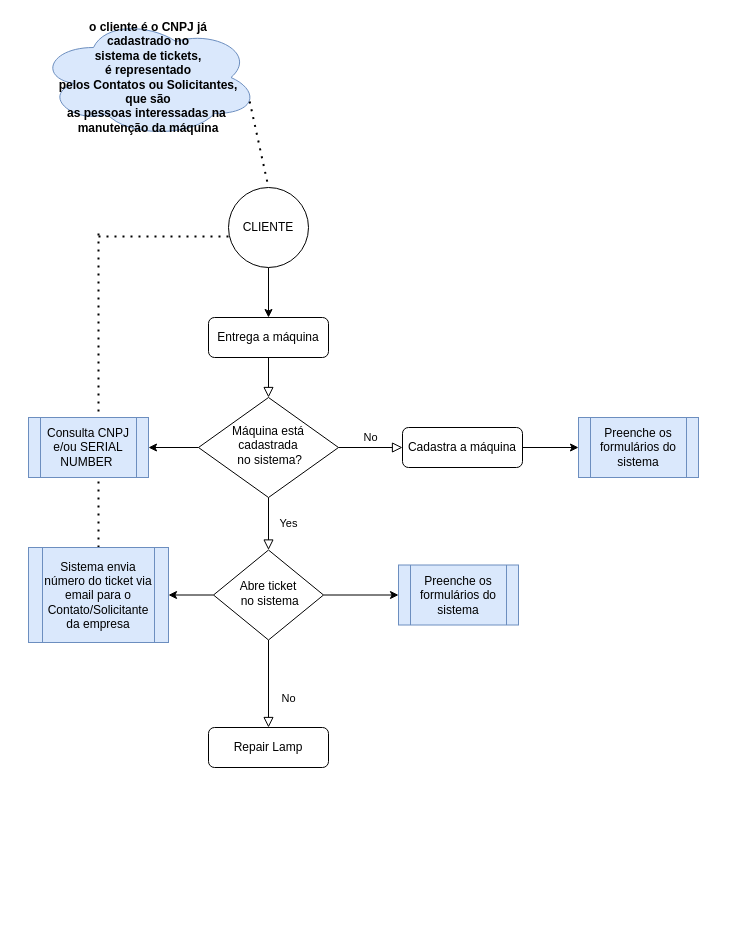
This is page "Visão Geral" (1 of 2) of Antedimento genérico.drawio from santiagopironato/PowerBI-DataScience, a draw.io file, before an edit. Source tidied: cells renumbered, new cells numbered last; positions are measured from the earlier drawing's top-left corner, leaving out a move shared by most shapes. Both pictures are drawn from the tidied source at 100%, with x=0, y=0 at pixel (28, 17).
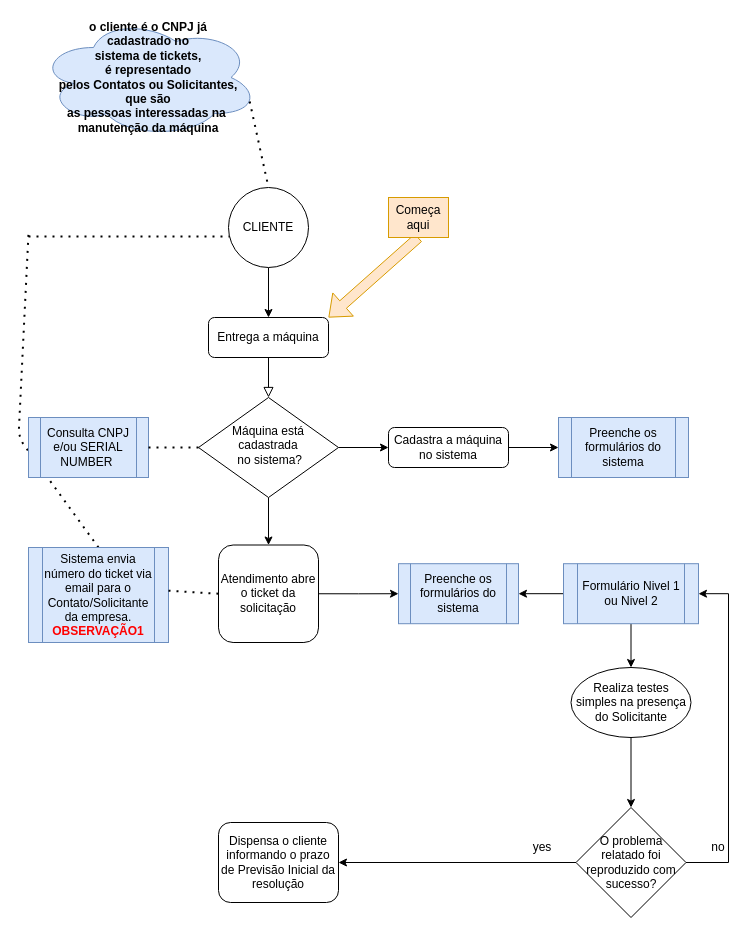
The same diagram, later.

The change refers to these unchanged cells:
```xml
<mxCell id="4" value="Entrega a máquina" style="rounded=1;whiteSpace=wrap;html=1;fontSize=12;glass=0;strokeWidth=1;shadow=0;" parent="1" vertex="1">
  <mxGeometry x="180" y="300" width="120" height="40" as="geometry" />
</mxCell>
<mxCell id="8" value="Máquina está cadastrada&lt;br&gt;&amp;nbsp;no sistema?" style="rhombus;whiteSpace=wrap;html=1;shadow=0;fontFamily=Helvetica;fontSize=12;align=center;strokeWidth=1;spacing=6;spacingTop=-4;" parent="1" vertex="1">
  <mxGeometry x="170" y="380" width="140" height="100" as="geometry" />
</mxCell>
<mxCell id="17" value="CLIENTE" style="ellipse;whiteSpace=wrap;html=1;" parent="1" vertex="1">
  <mxGeometry x="200" y="170" width="80" height="80" as="geometry" />
</mxCell>
<mxCell id="18" value="Consulta CNPJ e/ou SERIAL NUMBER&amp;nbsp;" style="shape=process;whiteSpace=wrap;html=1;backgroundOutline=1;fillColor=#dae8fc;strokeColor=#6c8ebf;" parent="1" vertex="1">
  <mxGeometry y="400" width="120" height="60" as="geometry" />
</mxCell>
```

Diff of the diagram source:
```diff
@@
     <mxCell id="2" style="endArrow=none;dashed=1;html=1;dashPattern=1 3;strokeWidth=2;exitX=0.5;exitY=0;exitDx=0;exitDy=0;" parent="1" edge="1" source="21">
       <mxGeometry relative="1" as="geometry">
-        <mxPoint x="70" y="216" as="targetPoint" />
+        <mxPoint y="216" as="targetPoint" />
+        <Array as="points">
+          <mxPoint x="-10" y="420" />
+        </Array>
       </mxGeometry>
     </mxCell>
@@
-    <mxCell id="5" value="Yes" style="rounded=0;html=1;jettySize=auto;fontSize=11;endArrow=block;endFill=0;endSize=8;strokeWidth=1;shadow=0;labelBackgroundColor=none;edgeStyle=orthogonalEdgeStyle;" parent="1" edge="1" source="8" target="14">
-      <mxGeometry y="20" relative="1" as="geometry" />
-    </mxCell>
+    <mxCell id="25" style="edgeStyle=orthogonalEdgeStyle;rounded=0;jettySize=auto;html=1;" parent="1" edge="1" source="8" target="37">
+      <mxGeometry relative="1" as="geometry" />
+    </mxCell>
-    <mxCell id="6" value="No" style="edgeStyle=orthogonalEdgeStyle;rounded=0;html=1;jettySize=auto;fontSize=11;endArrow=block;endFill=0;endSize=8;strokeWidth=1;shadow=0;labelBackgroundColor=none;" parent="1" edge="1" source="8" target="10">
-      <mxGeometry y="10" relative="1" as="geometry" />
+    <mxCell id="6" style="edgeStyle=orthogonalEdgeStyle;rounded=0;jettySize=auto;html=1;exitX=1;exitY=0.5;exitDx=0;exitDy=0;entryX=0;entryY=0.5;entryDx=0;entryDy=0;" parent="1" edge="1" source="8" target="10">
+      <mxGeometry relative="1" as="geometry" />
     </mxCell>
-    <mxCell id="7" style="edgeStyle=orthogonalEdgeStyle;rounded=0;jettySize=auto;html=1;exitX=0;exitY=0.5;exitDx=0;exitDy=0;" parent="1" edge="1" source="8" target="18">
-      <mxGeometry relative="1" as="geometry" />
-    </mxCell>
@@
-    <mxCell id="10" value="Cadastra a máquina" style="rounded=1;whiteSpace=wrap;html=1;fontSize=12;glass=0;strokeWidth=1;shadow=0;" parent="1" vertex="1">
-      <mxGeometry x="374" y="410" width="120" height="40" as="geometry" />
+    <mxCell id="10" value="Cadastra a máquina no sistema" style="rounded=1;whiteSpace=wrap;html=1;fontSize=12;glass=0;strokeWidth=1;shadow=0;" parent="1" vertex="1">
+      <mxGeometry x="360" y="410" width="120" height="40" as="geometry" />
     </mxCell>
-    <mxCell id="11" value="No" style="rounded=0;html=1;jettySize=auto;fontSize=11;endArrow=block;endFill=0;endSize=8;strokeWidth=1;shadow=0;labelBackgroundColor=none;edgeStyle=orthogonalEdgeStyle;" parent="1" edge="1" source="14" target="15">
-      <mxGeometry x="0.33" y="20" relative="1" as="geometry" />
-    </mxCell>
-    <mxCell id="12" style="edgeStyle=orthogonalEdgeStyle;rounded=0;jettySize=auto;html=1;" parent="1" edge="1" source="14" target="20">
+    <mxCell id="12" style="edgeStyle=orthogonalEdgeStyle;rounded=0;jettySize=auto;html=1;exitX=1;exitY=0.5;exitDx=0;exitDy=0;" parent="1" edge="1" source="37" target="20">
       <mxGeometry relative="1" as="geometry" />
     </mxCell>
-    <mxCell id="13" style="edgeStyle=orthogonalEdgeStyle;rounded=0;jettySize=auto;html=1;exitX=0;exitY=0.5;exitDx=0;exitDy=0;entryX=1;entryY=0.5;entryDx=0;entryDy=0;" parent="1" edge="1" source="14" target="21">
-      <mxGeometry relative="1" as="geometry" />
-    </mxCell>
-    <mxCell id="14" value="Abre ticket&lt;br&gt;&amp;nbsp;no sistema" style="rhombus;whiteSpace=wrap;html=1;shadow=0;fontFamily=Helvetica;fontSize=12;align=center;strokeWidth=1;spacing=6;spacingTop=-4;" parent="1" vertex="1">
-      <mxGeometry x="185" y="532.5" width="110" height="90" as="geometry" />
-    </mxCell>
-    <mxCell id="15" value="Repair Lamp" style="rounded=1;whiteSpace=wrap;html=1;fontSize=12;glass=0;strokeWidth=1;shadow=0;" parent="1" vertex="1">
-      <mxGeometry x="180" y="710" width="120" height="40" as="geometry" />
+    <mxCell id="15" value="Dispensa o cliente informando o prazo de Previsão Inicial da resolução" style="rounded=1;whiteSpace=wrap;html=1;fontSize=12;glass=0;strokeWidth=1;shadow=0;" parent="1" vertex="1">
+      <mxGeometry x="190" y="805" width="120" height="80" as="geometry" />
     </mxCell>
@@
     <mxCell id="19" value="Preenche os formulários do sistema" style="shape=process;whiteSpace=wrap;html=1;backgroundOutline=1;fillColor=#dae8fc;strokeColor=#6c8ebf;" parent="1" vertex="1">
-      <mxGeometry x="550" y="400" width="120" height="60" as="geometry" />
+      <mxGeometry x="530" y="400" width="130" height="60" as="geometry" />
     </mxCell>
     <mxCell id="20" value="Preenche os formulários do sistema" style="shape=process;whiteSpace=wrap;html=1;backgroundOutline=1;fillColor=#dae8fc;strokeColor=#6c8ebf;" parent="1" vertex="1">
-      <mxGeometry x="370" y="547.5" width="120" height="60" as="geometry" />
+      <mxGeometry x="370" y="546.2" width="120" height="60" as="geometry" />
     </mxCell>
-    <mxCell id="21" value="Sistema envia número do ticket via email para o Contato/Solicitante&lt;br&gt;da empresa" style="shape=process;whiteSpace=wrap;html=1;backgroundOutline=1;fillColor=#dae8fc;strokeColor=#6c8ebf;" parent="1" vertex="1">
+    <mxCell id="21" value="Sistema envia número do ticket via email para o Contato/Solicitante&lt;br&gt;da empresa. &lt;b&gt;&lt;font color=&quot;#ff0000&quot;&gt;OBSERVAÇÃO1&lt;/font&gt;&lt;/b&gt;" style="shape=process;whiteSpace=wrap;html=1;backgroundOutline=1;fillColor=#dae8fc;strokeColor=#6c8ebf;" parent="1" vertex="1">
       <mxGeometry y="530" width="140" height="95" as="geometry" />
     </mxCell>
     <mxCell id="22" style="endArrow=none;dashed=1;html=1;dashPattern=1 3;strokeWidth=2;entryX=0.013;entryY=0.613;entryDx=0;entryDy=0;entryPerimeter=0;" parent="1" edge="1" target="17">
       <mxGeometry relative="1" as="geometry">
-        <mxPoint x="70" y="219" as="sourcePoint" />
+        <mxPoint y="219" as="sourcePoint" />
       </mxGeometry>
     </mxCell>
@@
+    <mxCell id="26" style="edgeStyle=orthogonalEdgeStyle;rounded=0;jettySize=auto;html=1;entryX=1;entryY=0.5;entryDx=0;entryDy=0;" parent="1" edge="1" source="28" target="20">
+      <mxGeometry relative="1" as="geometry" />
+    </mxCell>
+    <mxCell id="27" style="edgeStyle=orthogonalEdgeStyle;rounded=0;jettySize=auto;html=1;" parent="1" edge="1" source="28" target="30">
+      <mxGeometry relative="1" as="geometry" />
+    </mxCell>
+    <mxCell id="28" value="Formulário Nivel 1 ou Nivel 2" style="shape=process;whiteSpace=wrap;html=1;backgroundOutline=1;fillColor=#dae8fc;strokeColor=#6c8ebf;" parent="1" vertex="1">
+      <mxGeometry x="535" y="546.2" width="135" height="60" as="geometry" />
+    </mxCell>
+    <mxCell id="29" style="edgeStyle=orthogonalEdgeStyle;rounded=0;jettySize=auto;html=1;entryX=0.5;entryY=0;entryDx=0;entryDy=0;" parent="1" edge="1" source="30" target="33">
+      <mxGeometry relative="1" as="geometry" />
+    </mxCell>
+    <mxCell id="30" value="Realiza testes simples na presença do Solicitante" style="ellipse;whiteSpace=wrap;html=1;" parent="1" vertex="1">
+      <mxGeometry x="542.5" y="650" width="120" height="70" as="geometry" />
+    </mxCell>
+    <mxCell id="31" style="edgeStyle=orthogonalEdgeStyle;rounded=0;jettySize=auto;html=1;exitX=1;exitY=0.5;exitDx=0;exitDy=0;entryX=1;entryY=0.5;entryDx=0;entryDy=0;" parent="1" edge="1" source="33" target="28">
+      <mxGeometry relative="1" as="geometry">
+        <Array as="points">
+          <mxPoint x="700" y="845" />
+          <mxPoint x="700" y="576" />
+        </Array>
+      </mxGeometry>
+    </mxCell>
+    <mxCell id="32" style="edgeStyle=orthogonalEdgeStyle;rounded=0;jettySize=auto;html=1;" parent="1" edge="1" source="33" target="15">
+      <mxGeometry relative="1" as="geometry" />
+    </mxCell>
+    <mxCell id="33" value="O problema relatado foi reproduzido com sucesso?" style="rhombus;whiteSpace=wrap;html=1;" parent="1" vertex="1">
+      <mxGeometry x="547.5" y="790" width="110" height="110" as="geometry" />
+    </mxCell>
+    <mxCell id="34" value="no" style="text;html=1;strokeColor=none;fillColor=none;align=center;verticalAlign=middle;whiteSpace=wrap;rounded=0;" parent="1" vertex="1">
+      <mxGeometry x="670" y="820" width="40" height="20" as="geometry" />
+    </mxCell>
+    <mxCell id="35" value="yes" style="text;html=1;strokeColor=none;fillColor=none;align=center;verticalAlign=middle;whiteSpace=wrap;rounded=0;" parent="1" vertex="1">
+      <mxGeometry x="494" y="820" width="40" height="20" as="geometry" />
+    </mxCell>
+    <mxCell id="36" style="endArrow=none;dashed=1;html=1;dashPattern=1 3;strokeWidth=2;exitX=1;exitY=0.5;exitDx=0;exitDy=0;entryX=0;entryY=0.5;entryDx=0;entryDy=0;" parent="1" edge="1" source="18" target="8">
+      <mxGeometry relative="1" as="geometry" />
+    </mxCell>
+    <mxCell id="37" value="Atendimento abre o ticket da solicitação" style="rounded=1;whiteSpace=wrap;html=1;" parent="1" vertex="1">
+      <mxGeometry x="190" y="527.5" width="100" height="97.5" as="geometry" />
+    </mxCell>
+    <mxCell id="38" style="endArrow=none;dashed=1;html=1;dashPattern=1 3;strokeWidth=2;exitX=1;exitY=0.5;exitDx=0;exitDy=0;entryX=0;entryY=0.5;entryDx=0;entryDy=0;" parent="1" edge="1" target="37">
+      <mxGeometry relative="1" as="geometry">
+        <mxPoint x="140" y="573.2" as="sourcePoint" />
+      </mxGeometry>
+    </mxCell>
+    <mxCell id="39" style="shape=flexArrow;endArrow=classic;html=1;exitX=0.5;exitY=1;exitDx=0;exitDy=0;entryX=1;entryY=0;entryDx=0;entryDy=0;fillColor=#ffe6cc;strokeColor=#d79b00;" parent="1" edge="1" source="40" target="4">
+      <mxGeometry relative="1" as="geometry" />
+    </mxCell>
+    <mxCell id="40" value="Começa aqui" style="text;html=1;strokeColor=#d79b00;fillColor=#ffe6cc;align=center;verticalAlign=middle;whiteSpace=wrap;rounded=0;" parent="1" vertex="1">
+      <mxGeometry x="360" y="180" width="60" height="40" as="geometry" />
+    </mxCell>
```
